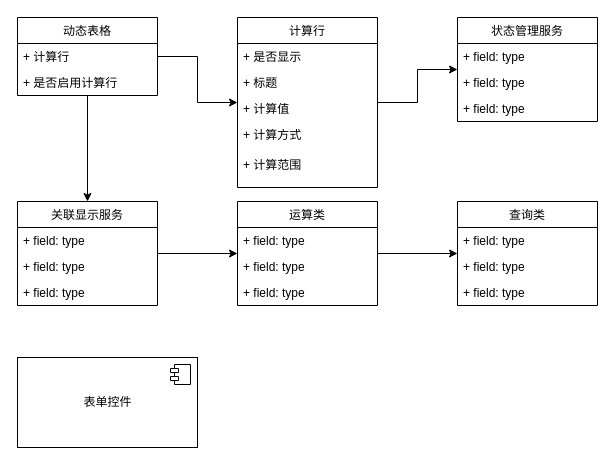
The draw.io diagram 计算行领域UML.drawio in asling/my-umls, before the edit. Source tidied: cells renumbered, new cells numbered last; positions are measured from the earlier drawing's top-left corner, leaving out a move shared by most shapes. Both pictures are drawn from the tidied source at 100%, with x=0, y=0 at pixel (17, 17).
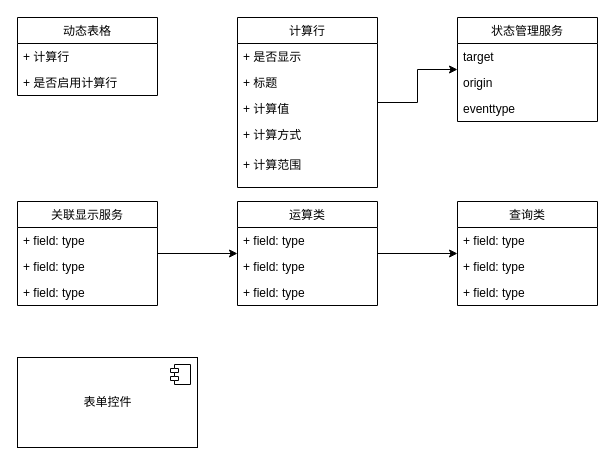
The same diagram, later.

Commit message:
Update 计算行领域UML.drawio

The change refers to these unchanged cells:
```xml
<mxCell id="4" value="动态表格" style="swimlane;fontStyle=0;horizontal=1;startSize=26;fillColor=none;" parent="1" vertex="1">
  <mxGeometry width="140" height="78" as="geometry" />
</mxCell>
<mxCell id="8" value="关联显示服务" style="swimlane;fontStyle=0;horizontal=1;startSize=26;fillColor=none;" parent="1" vertex="1">
  <mxGeometry y="184" width="140" height="104" as="geometry" />
</mxCell>
<mxCell id="22" value="计算行" style="swimlane;fontStyle=0;horizontal=1;startSize=26;fillColor=none;" parent="1" vertex="1">
  <mxGeometry x="220" width="140" height="170" as="geometry" />
</mxCell>
<mxCell id="26" value="状态管理服务" style="swimlane;fontStyle=0;horizontal=1;startSize=26;fillColor=none;" parent="1" vertex="1">
  <mxGeometry x="440" width="140" height="104" as="geometry" />
</mxCell>
```

Diff of the diagram source:
```diff
@@
-    <mxCell id="2" style="edgeStyle=orthogonalEdgeStyle;rounded=0;jettySize=auto;html=1;" parent="1" edge="1" source="4" target="22">
-      <mxGeometry relative="1" as="geometry" />
-    </mxCell>
-    <mxCell id="3" style="edgeStyle=orthogonalEdgeStyle;rounded=0;jettySize=auto;html=1;" parent="1" edge="1" source="4" target="8">
-      <mxGeometry relative="1" as="geometry" />
-    </mxCell>
@@
-    <mxCell id="27" value="+ field: type" style="text;strokeColor=none;fillColor=none;align=left;verticalAlign=top;spacingLeft=4;spacingRight=4;overflow=hidden;" parent="26" vertex="1">
+    <mxCell id="27" value="target" style="text;strokeColor=none;fillColor=none;align=left;verticalAlign=top;spacingLeft=4;spacingRight=4;overflow=hidden;" parent="26" vertex="1">
       <mxGeometry y="26" width="140" height="26" as="geometry" />
     </mxCell>
-    <mxCell id="28" value="+ field: type" style="text;strokeColor=none;fillColor=none;align=left;verticalAlign=top;spacingLeft=4;spacingRight=4;overflow=hidden;" parent="26" vertex="1">
+    <mxCell id="28" value="origin" style="text;strokeColor=none;fillColor=none;align=left;verticalAlign=top;spacingLeft=4;spacingRight=4;overflow=hidden;" parent="26" vertex="1">
       <mxGeometry y="52" width="140" height="26" as="geometry" />
     </mxCell>
-    <mxCell id="29" value="+ field: type" style="text;strokeColor=none;fillColor=none;align=left;verticalAlign=top;spacingLeft=4;spacingRight=4;overflow=hidden;" parent="26" vertex="1">
+    <mxCell id="29" value="eventtype" style="text;strokeColor=none;fillColor=none;align=left;verticalAlign=top;spacingLeft=4;spacingRight=4;overflow=hidden;" parent="26" vertex="1">
       <mxGeometry y="78" width="140" height="26" as="geometry" />
     </mxCell>
```
